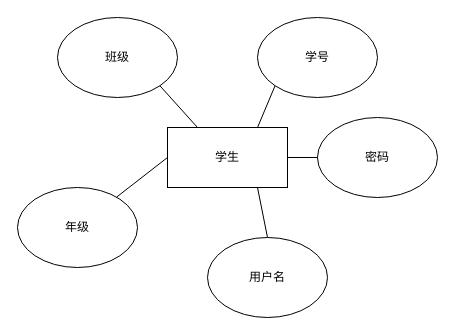
Above: pictures/学生实体E-R图.drawio in Guo-HY/BUAA_DB (draw.io), before the change. Source tidied: cells renumbered, new cells numbered last; positions are measured from the earlier drawing's top-left corner, leaving out a move shared by most shapes. Both pictures are drawn from the tidied source at 100%, with x=0, y=0 at pixel (17, 17).
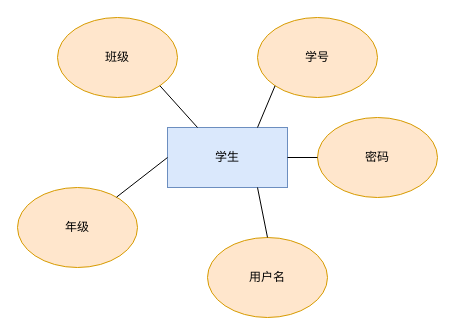
Above is the later version.

The edit, as a diff of the source:
```diff
@@
 <mxGraphModel>
   <root>
     <mxCell id="0" />
     <mxCell id="1" parent="0" />
-    <mxCell id="2" value="学生" style="rounded=0;whiteSpace=wrap;html=1;" parent="1" vertex="1">
+    <mxCell id="2" value="学生" style="rounded=0;whiteSpace=wrap;html=1;fillColor=#dae8fc;strokeColor=#6c8ebf;" parent="1" vertex="1">
       <mxGeometry x="150" y="110" width="120" height="60" as="geometry" />
     </mxCell>
-    <mxCell id="3" value="学号" style="ellipse;whiteSpace=wrap;html=1;" parent="1" vertex="1">
+    <mxCell id="3" value="学号" style="ellipse;whiteSpace=wrap;html=1;fillColor=#ffe6cc;strokeColor=#d79b00;" parent="1" vertex="1">
       <mxGeometry x="240" width="120" height="80" as="geometry" />
     </mxCell>
-    <mxCell id="4" value="密码" style="ellipse;whiteSpace=wrap;html=1;" parent="1" vertex="1">
+    <mxCell id="4" value="密码" style="ellipse;whiteSpace=wrap;html=1;fillColor=#ffe6cc;strokeColor=#d79b00;" parent="1" vertex="1">
       <mxGeometry x="300" y="100" width="120" height="80" as="geometry" />
     </mxCell>
-    <mxCell id="5" value="用户名" style="ellipse;whiteSpace=wrap;html=1;" parent="1" vertex="1">
+    <mxCell id="5" value="用户名" style="ellipse;whiteSpace=wrap;html=1;fillColor=#ffe6cc;strokeColor=#d79b00;" parent="1" vertex="1">
       <mxGeometry x="190" y="220" width="120" height="80" as="geometry" />
     </mxCell>
-    <mxCell id="6" value="年级" style="ellipse;whiteSpace=wrap;html=1;" parent="1" vertex="1">
+    <mxCell id="6" value="年级" style="ellipse;whiteSpace=wrap;html=1;fillColor=#ffe6cc;strokeColor=#d79b00;" parent="1" vertex="1">
       <mxGeometry y="170" width="120" height="80" as="geometry" />
     </mxCell>
-    <mxCell id="7" value="班级" style="ellipse;whiteSpace=wrap;html=1;" parent="1" vertex="1">
+    <mxCell id="7" value="班级" style="ellipse;whiteSpace=wrap;html=1;fillColor=#ffe6cc;strokeColor=#d79b00;" parent="1" vertex="1">
       <mxGeometry x="40" width="120" height="80" as="geometry" />
     </mxCell>
     <mxCell id="8" style="endArrow=none;html=1;rounded=0;entryX=1;entryY=1;entryDx=0;entryDy=0;exitX=0.25;exitY=0;exitDx=0;exitDy=0;" parent="1" edge="1" source="2" target="7">
       <mxGeometry relative="1" as="geometry" />
     </mxCell>
     <mxCell id="9" style="endArrow=none;html=1;rounded=0;entryX=0;entryY=1;entryDx=0;entryDy=0;exitX=0.75;exitY=0;exitDx=0;exitDy=0;" parent="1" edge="1" source="2" target="3">
       <mxGeometry relative="1" as="geometry" />
     </mxCell>
     <mxCell id="10" style="endArrow=none;html=1;rounded=0;entryX=0;entryY=0.5;entryDx=0;entryDy=0;exitX=1;exitY=0.5;exitDx=0;exitDy=0;" parent="1" edge="1" source="2" target="4">
       <mxGeometry relative="1" as="geometry" />
     </mxCell>
     <mxCell id="11" style="endArrow=none;html=1;rounded=0;entryX=0.75;entryY=1;entryDx=0;entryDy=0;exitX=0.5;exitY=0;exitDx=0;exitDy=0;" parent="1" edge="1" source="5" target="2">
       <mxGeometry relative="1" as="geometry" />
     </mxCell>
     <mxCell id="12" style="endArrow=none;html=1;rounded=0;exitX=0;exitY=0.5;exitDx=0;exitDy=0;" parent="1" edge="1" source="2" target="6">
       <mxGeometry relative="1" as="geometry" />
     </mxCell>
   </root>
 </mxGraphModel>
```
